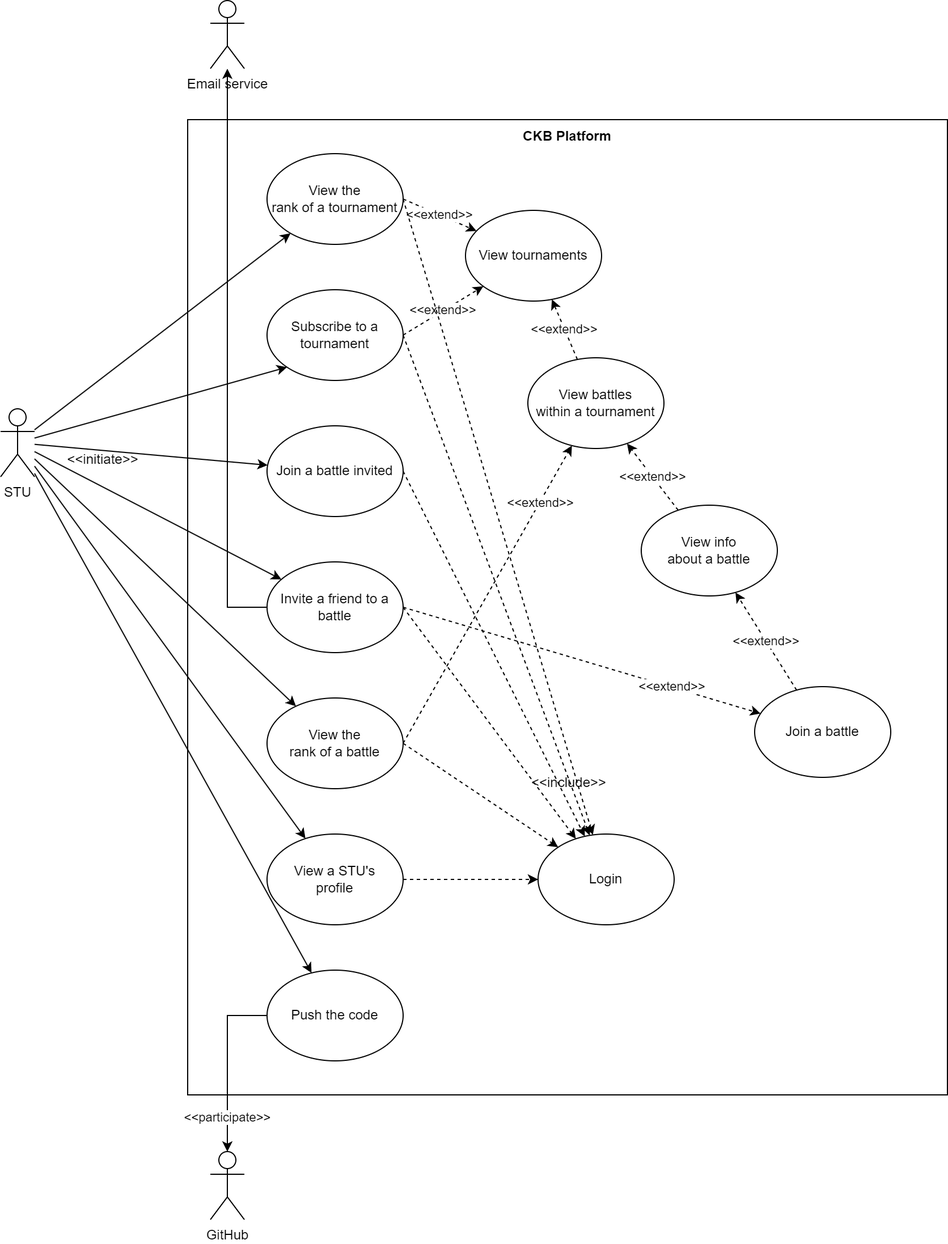
Before: RASD/images/sequence_diagrams/use_case_diagrams_STU.png, a diagram exported from draw.io (pontig/sw-eng-2-PasiniPontiggiaStasi). Source tidied: cells renumbered, new cells last; positions are measured from the earlier drawing's top-left corner, leaving out a move shared by most shapes.
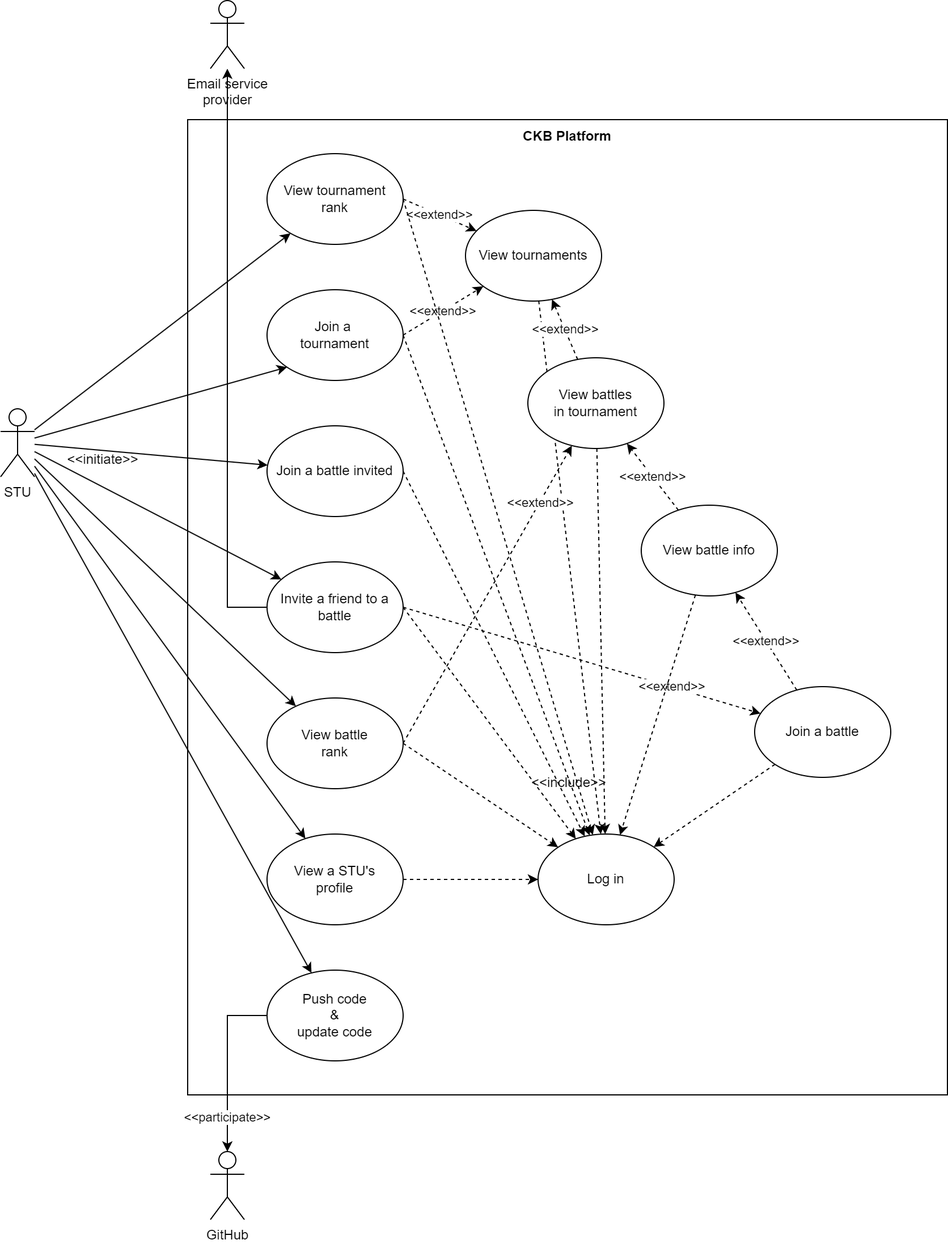
After the commit.

What changed in the source:
```diff
@@ -11,7 +11,7 @@
     <mxCell id="4" value="&amp;lt;&amp;lt;extend&amp;gt;&amp;gt;" style="rounded=0;jettySize=auto;html=1;exitX=1;exitY=0.5;exitDx=0;exitDy=0;dashed=1;" parent="1" edge="1" source="5" target="15">
       <mxGeometry relative="1" as="geometry" />
     </mxCell>
-    <mxCell id="5" value="Subscribe to a tournament" style="ellipse;whiteSpace=wrap;html=1;" parent="1" vertex="1">
+    <mxCell id="5" value="Join a&amp;nbsp;&lt;br&gt;tournament" style="ellipse;whiteSpace=wrap;html=1;" parent="1" vertex="1">
       <mxGeometry x="235" y="255" width="120" height="80" as="geometry" />
     </mxCell>
     <mxCell id="6" style="rounded=0;jettySize=auto;html=1;exitX=1;exitY=0.5;exitDx=0;exitDy=0;dashed=1;" parent="1" edge="1" source="9" target="14">
@@ -35,19 +35,25 @@
     <mxCell id="12" value="&amp;lt;&amp;lt;participate&amp;gt;&amp;gt;" style="edgeStyle=orthogonalEdgeStyle;rounded=0;jettySize=auto;html=1;" parent="1" edge="1" source="13" target="32">
       <mxGeometry x="0.61" relative="1" as="geometry" />
     </mxCell>
-    <mxCell id="13" value="Push the code" style="ellipse;whiteSpace=wrap;html=1;" parent="1" vertex="1">
+    <mxCell id="13" value="Push code&lt;br&gt;&amp;amp;&lt;br&gt;update code" style="ellipse;whiteSpace=wrap;html=1;" parent="1" vertex="1">
       <mxGeometry x="235" y="855" width="120" height="80" as="geometry" />
     </mxCell>
-    <mxCell id="14" value="Login" style="ellipse;whiteSpace=wrap;html=1;" parent="1" vertex="1">
+    <mxCell id="14" value="Log in" style="ellipse;whiteSpace=wrap;html=1;" parent="1" vertex="1">
       <mxGeometry x="474" y="735" width="120" height="80" as="geometry" />
     </mxCell>
+    <mxCell id="43" style="rounded=0;jettySize=auto;html=1;dashed=1;" parent="1" edge="1" source="15" target="14">
+      <mxGeometry relative="1" as="geometry" />
+    </mxCell>
     <mxCell id="15" value="View tournaments" style="ellipse;whiteSpace=wrap;html=1;" parent="1" vertex="1">
       <mxGeometry x="410" y="185" width="120" height="80" as="geometry" />
     </mxCell>
     <mxCell id="16" value="&amp;lt;&amp;lt;extend&amp;gt;&amp;gt;" style="rounded=0;jettySize=auto;html=1;dashed=1;" parent="1" edge="1" source="17" target="15">
       <mxGeometry relative="1" as="geometry" />
     </mxCell>
+    <mxCell id="44" style="rounded=0;jettySize=auto;html=1;dashed=1;" parent="1" edge="1" source="17" target="14">
+      <mxGeometry relative="1" as="geometry" />
+    </mxCell>
-    <mxCell id="17" value="View battles&lt;br&gt;within a tournament" style="ellipse;whiteSpace=wrap;html=1;" parent="1" vertex="1">
+    <mxCell id="17" value="View battles&lt;br&gt;in tournament" style="ellipse;whiteSpace=wrap;html=1;" parent="1" vertex="1">
       <mxGeometry x="465" y="315" width="120" height="80" as="geometry" />
     </mxCell>
     <mxCell id="18" value="&amp;lt;&amp;lt;include&amp;gt;&amp;gt;" style="text;html=1;align=center;verticalAlign=middle;strokeColor=none;fillColor=none;" parent="1" vertex="1">
@@ -80,7 +86,7 @@
     <mxCell id="27" value="&amp;lt;&amp;lt;initiate&amp;gt;&amp;gt;" style="text;html=1;align=center;verticalAlign=middle;strokeColor=none;fillColor=none;" parent="1" vertex="1">
       <mxGeometry x="45" y="390" width="90" height="30" as="geometry" />
     </mxCell>
-    <mxCell id="28" value="Email service" style="shape=umlActor;verticalLabelPosition=bottom;verticalAlign=top;html=1;outlineConnect=0;" parent="1" vertex="1">
+    <mxCell id="28" value="Email service&lt;br&gt;provider" style="shape=umlActor;verticalLabelPosition=bottom;verticalAlign=top;html=1;outlineConnect=0;" parent="1" vertex="1">
       <mxGeometry x="185" width="30" height="60" as="geometry" />
     </mxCell>
     <mxCell id="29" value="&lt;b&gt;CKB Platform&lt;/b&gt;" style="text;html=1;strokeColor=none;fillColor=none;align=center;verticalAlign=middle;whiteSpace=wrap;rounded=0;" parent="1" vertex="1">
@@ -89,16 +95,19 @@
     <mxCell id="30" value="&amp;lt;&amp;lt;extend&amp;gt;&amp;gt;" style="edgeStyle=none;rounded=0;jettySize=auto;html=1;dashed=1;" parent="1" edge="1" source="42" target="17">
       <mxGeometry relative="1" as="geometry" />
     </mxCell>
+    <mxCell id="45" style="rounded=0;jettySize=auto;html=1;dashed=1;" parent="1" edge="1" source="31" target="14">
+      <mxGeometry relative="1" as="geometry" />
+    </mxCell>
     <mxCell id="31" value="Join a battle" style="ellipse;whiteSpace=wrap;html=1;" parent="1" vertex="1">
       <mxGeometry x="665" y="605" width="120" height="80" as="geometry" />
     </mxCell>
     <mxCell id="32" value="GitHub" style="shape=umlActor;verticalLabelPosition=bottom;verticalAlign=top;html=1;outlineConnect=0;" parent="1" vertex="1">
       <mxGeometry x="185" y="1015" width="30" height="60" as="geometry" />
     </mxCell>
-    <mxCell id="33" value="View the&lt;br&gt;rank of a battle" style="ellipse;whiteSpace=wrap;html=1;" parent="1" vertex="1">
+    <mxCell id="33" value="View battle&lt;br&gt;rank" style="ellipse;whiteSpace=wrap;html=1;" parent="1" vertex="1">
       <mxGeometry x="235" y="615" width="120" height="80" as="geometry" />
     </mxCell>
-    <mxCell id="34" value="View the&lt;br&gt;rank of a tournament" style="ellipse;whiteSpace=wrap;html=1;" parent="1" vertex="1">
+    <mxCell id="34" value="View tournament&lt;br&gt;rank" style="ellipse;whiteSpace=wrap;html=1;" parent="1" vertex="1">
       <mxGeometry x="235" y="135" width="120" height="80" as="geometry" />
     </mxCell>
     <mxCell id="35" value="&amp;lt;&amp;lt;extend&amp;gt;&amp;gt;" style="edgeStyle=none;rounded=0;jettySize=auto;html=1;dashed=1;exitX=1;exitY=0.5;exitDx=0;exitDy=0;" parent="1" edge="1" source="33" target="17">
@@ -122,7 +131,10 @@
     <mxCell id="41" value="&amp;lt;&amp;lt;extend&amp;gt;&amp;gt;" style="edgeStyle=none;rounded=0;jettySize=auto;html=1;dashed=1;" parent="1" edge="1" source="31" target="42">
       <mxGeometry relative="1" as="geometry" />
     </mxCell>
+    <mxCell id="46" style="rounded=0;jettySize=auto;html=1;dashed=1;" parent="1" edge="1" source="42" target="14">
+      <mxGeometry relative="1" as="geometry" />
+    </mxCell>
-    <mxCell id="42" value="View info&lt;br&gt;about a battle" style="ellipse;whiteSpace=wrap;html=1;" parent="1" vertex="1">
+    <mxCell id="42" value="View battle info" style="ellipse;whiteSpace=wrap;html=1;" parent="1" vertex="1">
       <mxGeometry x="565" y="445" width="120" height="80" as="geometry" />
     </mxCell>
   </root>
```
